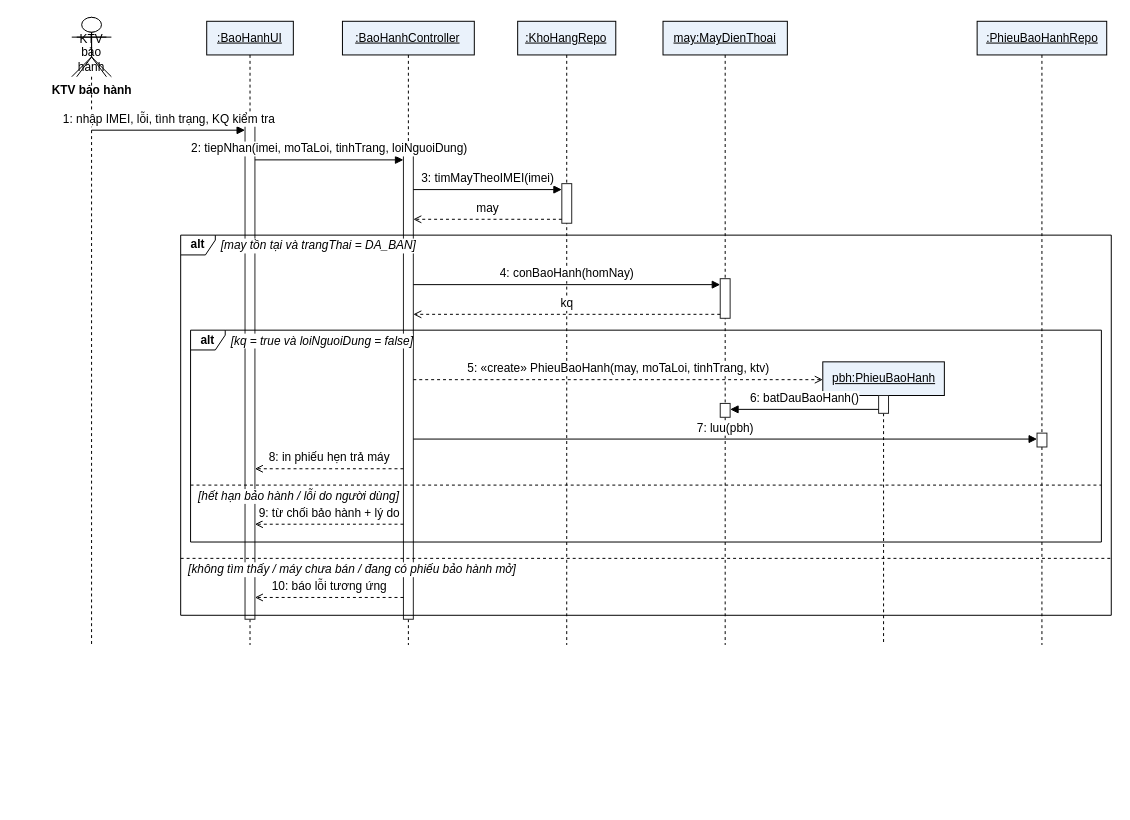
This is SoDo/08_SD_TiepNhanBaoHanh.drawio from trungkien1407/OOP, a draw.io file, before an edit. Source tidied: cells renumbered, new cells numbered last; positions are measured from the earlier drawing's top-left corner, leaving out a move shared by most shapes. Both pictures are drawn from the tidied source at 99%, with x=0, y=0 at pixel (41, 17).
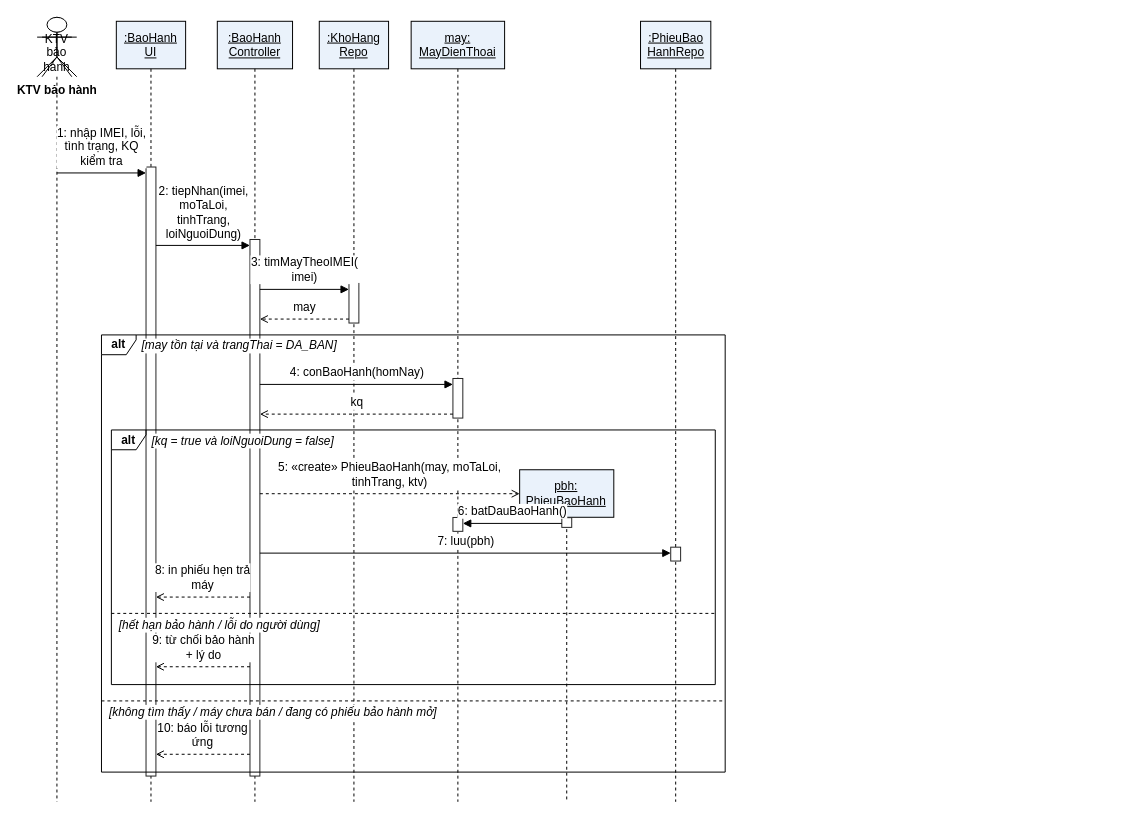
After the change.

Change to the diagram source:
```diff
@@
     <mxCell id="2" value="KTV bảo hành" style="shape=umlActor;verticalLabelPosition=bottom;verticalAlign=top;html=1;fontStyle=1;fontSize=12;" parent="1" vertex="1">
-      <mxGeometry x="36" width="30" height="60" as="geometry" />
+      <mxGeometry x="1" width="30" height="60" as="geometry" />
     </mxCell>
     <mxCell id="3" value="KTV bảo hành" style="shape=umlLifeline;perimeter=lifelinePerimeter;whiteSpace=wrap;html=1;size=60;fontSize=12;participant=umlActor;verticalAlign=bottom;" parent="1" vertex="1">
-      <mxGeometry x="31" width="40" height="634" as="geometry" />
+      <mxGeometry x="-4" width="40" height="792.4" as="geometry" />
     </mxCell>
-    <mxCell id="4" value=":BaoHanhUI" style="shape=umlLifeline;perimeter=lifelinePerimeter;whiteSpace=wrap;html=1;size=34;fontSize=12;fillColor=#EAF2FB;fontStyle=4;" parent="1" vertex="1">
-      <mxGeometry x="167.3" y="4" width="87.5" height="630" as="geometry" />
+    <mxCell id="4" value=":BaoHanh&lt;br&gt;UI" style="shape=umlLifeline;perimeter=lifelinePerimeter;whiteSpace=wrap;html=1;size=48;fontSize=12;fillColor=#EAF2FB;fontStyle=4;" parent="1" vertex="1">
+      <mxGeometry x="76" y="4" width="70" height="788.4" as="geometry" />
     </mxCell>
     <mxCell id="5" style="rounded=0;whiteSpace=wrap;html=1;fillColor=#fff;strokeColor=#222;fontSize=13;" parent="1" vertex="1">
-      <mxGeometry x="206" y="108" width="10" height="500" as="geometry" />
+      <mxGeometry x="106" y="151.2" width="10" height="615.2" as="geometry" />
     </mxCell>
-    <mxCell id="6" value=":BaoHanhController" style="shape=umlLifeline;perimeter=lifelinePerimeter;whiteSpace=wrap;html=1;size=34;fontSize=12;fillColor=#EAF2FB;fontStyle=4;" parent="1" vertex="1">
-      <mxGeometry x="304.4" y="4" width="133.2" height="630" as="geometry" />
+    <mxCell id="6" value=":BaoHanh&lt;br&gt;Controller" style="shape=umlLifeline;perimeter=lifelinePerimeter;whiteSpace=wrap;html=1;size=48;fontSize=12;fillColor=#EAF2FB;fontStyle=4;" parent="1" vertex="1">
+      <mxGeometry x="178" y="4" width="76" height="788.4" as="geometry" />
     </mxCell>
     <mxCell id="7" style="rounded=0;whiteSpace=wrap;html=1;fillColor=#fff;strokeColor=#222;fontSize=13;" parent="1" vertex="1">
-      <mxGeometry x="366" y="138" width="10" height="470" as="geometry" />
+      <mxGeometry x="211" y="224.4" width="10" height="542" as="geometry" />
     </mxCell>
-    <mxCell id="8" value=":KhoHangRepo" style="shape=umlLifeline;perimeter=lifelinePerimeter;whiteSpace=wrap;html=1;size=34;fontSize=12;fillColor=#EAF2FB;fontStyle=4;" parent="1" vertex="1">
-      <mxGeometry x="481.4" y="4" width="99.1" height="630" as="geometry" />
+    <mxCell id="8" value=":KhoHang&lt;br&gt;Repo" style="shape=umlLifeline;perimeter=lifelinePerimeter;whiteSpace=wrap;html=1;size=48;fontSize=12;fillColor=#EAF2FB;fontStyle=4;" parent="1" vertex="1">
+      <mxGeometry x="281" y="4" width="70" height="788.4" as="geometry" />
     </mxCell>
     <mxCell id="9" style="rounded=0;whiteSpace=wrap;html=1;fillColor=#fff;strokeColor=#222;fontSize=13;" parent="1" vertex="1">
-      <mxGeometry x="526" y="168" width="10" height="40" as="geometry" />
+      <mxGeometry x="311" y="268.8" width="10" height="40" as="geometry" />
     </mxCell>
-    <mxCell id="10" value="may:MayDienThoai" style="shape=umlLifeline;perimeter=lifelinePerimeter;whiteSpace=wrap;html=1;size=34;fontSize=12;fillColor=#EAF2FB;fontStyle=4;" parent="1" vertex="1">
-      <mxGeometry x="628.2" y="4" width="125.6" height="630" as="geometry" />
+    <mxCell id="10" value="may:&lt;br&gt;MayDienThoai" style="shape=umlLifeline;perimeter=lifelinePerimeter;whiteSpace=wrap;html=1;size=48;fontSize=12;fillColor=#EAF2FB;fontStyle=4;" parent="1" vertex="1">
+      <mxGeometry x="373.8" y="4" width="94.4" height="788.4" as="geometry" />
     </mxCell>
     <mxCell id="11" style="rounded=0;whiteSpace=wrap;html=1;fillColor=#fff;strokeColor=#222;fontSize=13;" parent="1" vertex="1">
-      <mxGeometry x="686" y="264" width="10" height="40" as="geometry" />
+      <mxGeometry x="416" y="364.8" width="10" height="40" as="geometry" />
     </mxCell>
     <mxCell id="12" style="rounded=0;whiteSpace=wrap;html=1;fillColor=#fff;strokeColor=#222;fontSize=13;" parent="1" vertex="1">
-      <mxGeometry x="686" y="390" width="10" height="14" as="geometry" />
+      <mxGeometry x="416" y="505.2" width="10" height="14" as="geometry" />
     </mxCell>
-    <mxCell id="13" value="pbh:PhieuBaoHanh" style="shape=umlLifeline;perimeter=lifelinePerimeter;whiteSpace=wrap;html=1;size=34;fontSize=12;fillColor=#EAF2FB;fontStyle=4;" parent="1" vertex="1">
-      <mxGeometry x="789.6" y="348" width="122.8" height="286" as="geometry" />
+    <mxCell id="13" value="pbh:&lt;br&gt;PhieuBaoHanh" style="shape=umlLifeline;perimeter=lifelinePerimeter;whiteSpace=wrap;html=1;size=48;fontSize=12;fillColor=#EAF2FB;fontStyle=4;" parent="1" vertex="1">
+      <mxGeometry x="483.4" y="457" width="95.1" height="335.4" as="geometry" />
     </mxCell>
     <mxCell id="14" style="rounded=0;whiteSpace=wrap;html=1;fillColor=#fff;strokeColor=#222;fontSize=13;" parent="1" vertex="1">
-      <mxGeometry x="846" y="382" width="10" height="18" as="geometry" />
+      <mxGeometry x="526" y="505.4" width="10" height="9.8" as="geometry" />
     </mxCell>
-    <mxCell id="15" value=":PhieuBaoHanhRepo" style="shape=umlLifeline;perimeter=lifelinePerimeter;whiteSpace=wrap;html=1;size=34;fontSize=12;fillColor=#EAF2FB;fontStyle=4;" parent="1" vertex="1">
-      <mxGeometry x="945.5" y="4" width="130.9" height="630" as="geometry" />
+    <mxCell id="15" value=":PhieuBao&lt;br&gt;HanhRepo" style="shape=umlLifeline;perimeter=lifelinePerimeter;whiteSpace=wrap;html=1;size=48;fontSize=12;fillColor=#EAF2FB;fontStyle=4;" parent="1" vertex="1">
+      <mxGeometry x="605.5" y="4" width="71" height="788.4" as="geometry" />
     </mxCell>
     <mxCell id="16" style="rounded=0;whiteSpace=wrap;html=1;fillColor=#fff;strokeColor=#222;fontSize=13;" parent="1" vertex="1">
-      <mxGeometry x="1006" y="420" width="10" height="14" as="geometry" />
+      <mxGeometry x="636" y="535.2" width="10" height="14" as="geometry" />
     </mxCell>
     <mxCell id="17" style="html=1;rounded=0;endArrow=block;endFill=1;startArrow=none;" parent="1" edge="1">
       <mxGeometry relative="1" as="geometry">
-        <mxPoint x="51" y="114" as="sourcePoint" />
-        <mxPoint x="206" y="114" as="targetPoint" />
+        <mxPoint x="16" y="157.2" as="sourcePoint" />
+        <mxPoint x="106" y="157.2" as="targetPoint" />
       </mxGeometry>
     </mxCell>
-    <mxCell id="18" value="1: nhập IMEI, lỗi, tình trạng, KQ kiểm tra" style="text;html=1;align=center;verticalAlign=middle;fontSize=12;spacing=0;labelBackgroundColor=#ffffff;" parent="1" vertex="1">
-      <mxGeometry x="0.1" y="93.5" width="256.9" height="19" as="geometry" />
+    <mxCell id="18" value="1: nhập IMEI, lỗi,&lt;br&gt;tình trạng, KQ&lt;br&gt;kiểm tra" style="text;html=1;align=center;verticalAlign=middle;fontSize=12;spacing=0;labelBackgroundColor=#ffffff;" parent="1" vertex="1">
+      <mxGeometry x="4.9" y="106.1" width="112.3" height="49" as="geometry" />
     </mxCell>
     <mxCell id="19" style="html=1;rounded=0;endArrow=block;endFill=1;startArrow=none;" parent="1" edge="1">
       <mxGeometry relative="1" as="geometry">
-        <mxPoint x="216" y="144" as="sourcePoint" />
-        <mxPoint x="366" y="144" as="targetPoint" />
+        <mxPoint x="116" y="230.4" as="sourcePoint" />
+        <mxPoint x="211" y="230.4" as="targetPoint" />
       </mxGeometry>
     </mxCell>
-    <mxCell id="20" value="2: tiepNhan(imei, moTaLoi, tinhTrang, loiNguoiDung)" style="text;html=1;align=center;verticalAlign=middle;fontSize=12;spacing=0;labelBackgroundColor=#ffffff;" parent="1" vertex="1">
-      <mxGeometry x="135.7" y="123.5" width="310.5" height="19" as="geometry" />
+    <mxCell id="20" value="2: tiepNhan(imei,&lt;br&gt;moTaLoi,&lt;br&gt;tinhTrang,&lt;br&gt;loiNguoiDung)" style="text;html=1;align=center;verticalAlign=middle;fontSize=12;spacing=0;labelBackgroundColor=#ffffff;" parent="1" vertex="1">
+      <mxGeometry x="110.6" y="164.6" width="105.8" height="64" as="geometry" />
     </mxCell>
     <mxCell id="21" style="html=1;rounded=0;endArrow=block;endFill=1;startArrow=none;" parent="1" edge="1">
       <mxGeometry relative="1" as="geometry">
-        <mxPoint x="376" y="174" as="sourcePoint" />
-        <mxPoint x="526" y="174" as="targetPoint" />
+        <mxPoint x="221" y="274.8" as="sourcePoint" />
+        <mxPoint x="311" y="274.8" as="targetPoint" />
       </mxGeometry>
     </mxCell>
-    <mxCell id="22" value="3: timMayTheoIMEI(imei)" style="text;html=1;align=center;verticalAlign=middle;fontSize=12;spacing=0;labelBackgroundColor=#ffffff;" parent="1" vertex="1">
-      <mxGeometry x="370.6" y="153.5" width="160.9" height="19" as="geometry" />
+    <mxCell id="22" value="3: timMayTheoIMEI(&lt;br&gt;imei)" style="text;html=1;align=center;verticalAlign=middle;fontSize=12;spacing=0;labelBackgroundColor=#ffffff;" parent="1" vertex="1">
+      <mxGeometry x="199.7" y="238.4" width="132.6" height="34" as="geometry" />
     </mxCell>
     <mxCell id="23" style="html=1;rounded=0;endArrow=open;endFill=0;startArrow=none;dashed=1;" parent="1" edge="1">
       <mxGeometry relative="1" as="geometry">
-        <mxPoint x="526" y="204" as="sourcePoint" />
-        <mxPoint x="376" y="204" as="targetPoint" />
+        <mxPoint x="311" y="304.8" as="sourcePoint" />
+        <mxPoint x="221" y="304.8" as="targetPoint" />
       </mxGeometry>
     </mxCell>
     <mxCell id="24" value="may" style="text;html=1;align=center;verticalAlign=middle;fontSize=12;spacing=0;labelBackgroundColor=#ffffff;" parent="1" vertex="1">
-      <mxGeometry x="435.3" y="183.5" width="31.4" height="19" as="geometry" />
+      <mxGeometry x="250.3" y="283.1" width="31.4" height="19" as="geometry" />
     </mxCell>
     <mxCell id="25" style="html=1;rounded=0;endArrow=block;endFill=1;startArrow=none;" parent="1" edge="1">
       <mxGeometry relative="1" as="geometry">
-        <mxPoint x="376" y="270" as="sourcePoint" />
-        <mxPoint x="686" y="270" as="targetPoint" />
+        <mxPoint x="221" y="370.8" as="sourcePoint" />
+        <mxPoint x="416" y="370.8" as="targetPoint" />
       </mxGeometry>
     </mxCell>
     <mxCell id="26" value="4: conBaoHanh(homNay)" style="text;html=1;align=center;verticalAlign=middle;fontSize=12;spacing=0;labelBackgroundColor=#ffffff;" parent="1" vertex="1">
-      <mxGeometry x="459.2" y="249.5" width="143.6" height="19" as="geometry" />
+      <mxGeometry x="246.7" y="349.1" width="143.6" height="19" as="geometry" />
     </mxCell>
     <mxCell id="27" style="html=1;rounded=0;endArrow=open;endFill=0;startArrow=none;dashed=1;" parent="1" edge="1">
       <mxGeometry relative="1" as="geometry">
-        <mxPoint x="686" y="300" as="sourcePoint" />
-        <mxPoint x="376" y="300" as="targetPoint" />
+        <mxPoint x="416" y="400.8" as="sourcePoint" />
+        <mxPoint x="221" y="400.8" as="targetPoint" />
       </mxGeometry>
     </mxCell>
     <mxCell id="28" value="kq" style="text;html=1;align=center;verticalAlign=middle;fontSize=12;spacing=0;labelBackgroundColor=#ffffff;" parent="1" vertex="1">
-      <mxGeometry x="520.4" y="279.5" width="21.2" height="19" as="geometry" />
+      <mxGeometry x="307.9" y="379.1" width="21.2" height="19" as="geometry" />
     </mxCell>
     <mxCell id="29" style="html=1;rounded=0;endArrow=open;endFill=0;startArrow=none;dashed=1;" parent="1" edge="1">
       <mxGeometry relative="1" as="geometry">
-        <mxPoint x="376" y="366" as="sourcePoint" />
-        <mxPoint x="789.6" y="366" as="targetPoint" />
+        <mxPoint x="221" y="481.2" as="sourcePoint" />
+        <mxPoint x="483.4" y="481.2" as="targetPoint" />
       </mxGeometry>
     </mxCell>
-    <mxCell id="30" value="5: «create» PhieuBaoHanh(may, moTaLoi, tinhTrang, ktv)" style="text;html=1;align=center;verticalAlign=middle;fontSize=12;spacing=0;labelBackgroundColor=#ffffff;" parent="1" vertex="1">
-      <mxGeometry x="412.2" y="345.5" width="341.1" height="19" as="geometry" />
+    <mxCell id="30" value="5: «create» PhieuBaoHanh(may, moTaLoi,&lt;br&gt;tinhTrang, ktv)" style="text;html=1;align=center;verticalAlign=middle;fontSize=12;spacing=0;labelBackgroundColor=#ffffff;" parent="1" vertex="1">
+      <mxGeometry x="228.1" y="444.8" width="248.2" height="34" as="geometry" />
     </mxCell>
     <mxCell id="31" style="html=1;rounded=0;endArrow=block;endFill=1;startArrow=none;" parent="1" edge="1">
       <mxGeometry relative="1" as="geometry">
-        <mxPoint x="846" y="396" as="sourcePoint" />
-        <mxPoint x="696" y="396" as="targetPoint" />
+        <mxPoint x="526" y="511.2" as="sourcePoint" />
+        <mxPoint x="426" y="511.2" as="targetPoint" />
       </mxGeometry>
     </mxCell>
     <mxCell id="32" value="6: batDauBaoHanh()" style="text;html=1;align=center;verticalAlign=middle;fontSize=12;spacing=0;labelBackgroundColor=#ffffff;" parent="1" vertex="1">
-      <mxGeometry x="710.9" y="375.5" width="120.2" height="19" as="geometry" />
+      <mxGeometry x="415.9" y="489.5" width="120.2" height="19" as="geometry" />
     </mxCell>
     <mxCell id="33" style="html=1;rounded=0;endArrow=block;endFill=1;startArrow=none;" parent="1" edge="1">
       <mxGeometry relative="1" as="geometry">
-        <mxPoint x="376" y="426" as="sourcePoint" />
-        <mxPoint x="1006" y="426" as="targetPoint" />
+        <mxPoint x="221" y="541.2" as="sourcePoint" />
+        <mxPoint x="636" y="541.2" as="targetPoint" />
       </mxGeometry>
     </mxCell>
     <mxCell id="34" value="7: luu(pbh)" style="text;html=1;align=center;verticalAlign=middle;fontSize=12;spacing=0;labelBackgroundColor=#ffffff;" parent="1" vertex="1">
-      <mxGeometry x="657.7" y="405.5" width="66.6" height="19" as="geometry" />
+      <mxGeometry x="395.2" y="519.5" width="66.6" height="19" as="geometry" />
     </mxCell>
     <mxCell id="35" style="html=1;rounded=0;endArrow=open;endFill=0;startArrow=none;dashed=1;" parent="1" edge="1">
       <mxGeometry relative="1" as="geometry">
-        <mxPoint x="366" y="456" as="sourcePoint" />
-        <mxPoint x="216" y="456" as="targetPoint" />
+        <mxPoint x="211" y="585.6" as="sourcePoint" />
+        <mxPoint x="116" y="585.6" as="targetPoint" />
       </mxGeometry>
     </mxCell>
-    <mxCell id="36" value="8: in phiếu hẹn trả máy" style="text;html=1;align=center;verticalAlign=middle;fontSize=12;spacing=0;labelBackgroundColor=#ffffff;" parent="1" vertex="1">
-      <mxGeometry x="220.9" y="435.5" width="140.1" height="19" as="geometry" />
+    <mxCell id="36" value="8: in phiếu hẹn trả&lt;br&gt;máy" style="text;html=1;align=center;verticalAlign=middle;fontSize=12;spacing=0;labelBackgroundColor=#ffffff;" parent="1" vertex="1">
+      <mxGeometry x="106.9" y="549.2" width="113.1" height="34" as="geometry" />
     </mxCell>
     <mxCell id="37" style="html=1;rounded=0;endArrow=open;endFill=0;startArrow=none;dashed=1;" parent="1" edge="1">
       <mxGeometry relative="1" as="geometry">
-        <mxPoint x="366" y="512" as="sourcePoint" />
-        <mxPoint x="216" y="512" as="targetPoint" />
+        <mxPoint x="211" y="656" as="sourcePoint" />
+        <mxPoint x="116" y="656" as="targetPoint" />
       </mxGeometry>
     </mxCell>
-    <mxCell id="38" value="9: từ chối bảo hành + lý do" style="text;html=1;align=center;verticalAlign=middle;fontSize=12;spacing=0;labelBackgroundColor=#ffffff;" parent="1" vertex="1">
-      <mxGeometry x="212.5" y="491.5" width="156.9" height="19" as="geometry" />
+    <mxCell id="38" value="9: từ chối bảo hành&lt;br&gt;+ lý do" style="text;html=1;align=center;verticalAlign=middle;fontSize=12;spacing=0;labelBackgroundColor=#ffffff;" parent="1" vertex="1">
+      <mxGeometry x="105.6" y="619.6" width="115.9" height="34" as="geometry" />
     </mxCell>
     <mxCell id="39" style="html=1;rounded=0;endArrow=open;endFill=0;startArrow=none;dashed=1;" parent="1" edge="1">
       <mxGeometry relative="1" as="geometry">
-        <mxPoint x="366" y="586" as="sourcePoint" />
-        <mxPoint x="216" y="586" as="targetPoint" />
+        <mxPoint x="211" y="744.4" as="sourcePoint" />
+        <mxPoint x="116" y="744.4" as="targetPoint" />
       </mxGeometry>
     </mxCell>
-    <mxCell id="40" value="10: báo lỗi tương ứng" style="text;html=1;align=center;verticalAlign=middle;fontSize=12;spacing=0;labelBackgroundColor=#ffffff;" parent="1" vertex="1">
-      <mxGeometry x="227.8" y="565.5" width="126.3" height="19" as="geometry" />
+    <mxCell id="40" value="10: báo lỗi tương&lt;br&gt;ứng" style="text;html=1;align=center;verticalAlign=middle;fontSize=12;spacing=0;labelBackgroundColor=#ffffff;" parent="1" vertex="1">
+      <mxGeometry x="112" y="708" width="102.9" height="34" as="geometry" />
     </mxCell>
     <mxCell id="41" value="alt" style="shape=umlFrame;whiteSpace=wrap;html=1;width=35;height=20;fillColor=none;fontStyle=1;" parent="1" vertex="1">
-      <mxGeometry x="141" y="220" width="940" height="384" as="geometry" />
+      <mxGeometry x="61" y="320.8" width="630" height="441.6" as="geometry" />
     </mxCell>
     <mxCell id="42" value="[may tồn tại và trangThai = DA_BAN]" style="text;html=1;align=left;verticalAlign=middle;fontSize=12;spacing=0;fontStyle=2;labelBackgroundColor=#ffffff;" parent="1" vertex="1">
-      <mxGeometry x="182" y="221.5" width="222.9" height="19" as="geometry" />
+      <mxGeometry x="102" y="322.3" width="222.9" height="19" as="geometry" />
     </mxCell>
     <mxCell id="43" style="line;strokeWidth=1;dashed=1;html=1;" parent="1" vertex="1">
-      <mxGeometry x="141" y="546" width="940" height="1" as="geometry" />
+      <mxGeometry x="61" y="690" width="630" height="1" as="geometry" />
     </mxCell>
     <mxCell id="44" value="[không tìm thấy / máy chưa bán / đang có phiếu bảo hành mở]" style="text;html=1;align=left;verticalAlign=middle;fontSize=12;spacing=0;fontStyle=2;labelBackgroundColor=#ffffff;" parent="1" vertex="1">
-      <mxGeometry x="149" y="548.5" width="360.9" height="19" as="geometry" />
+      <mxGeometry x="69" y="692.5" width="360.9" height="19" as="geometry" />
     </mxCell>
     <mxCell id="45" value="alt" style="shape=umlFrame;whiteSpace=wrap;html=1;width=35;height=20;fillColor=none;fontStyle=1;" parent="1" vertex="1">
-      <mxGeometry x="151" y="316" width="920" height="214" as="geometry" />
+      <mxGeometry x="71" y="416.8" width="610" height="257.2" as="geometry" />
     </mxCell>
     <mxCell id="46" value="[kq = true và loiNguoiDung = false]" style="text;html=1;align=left;verticalAlign=middle;fontSize=12;spacing=0;fontStyle=2;labelBackgroundColor=#ffffff;" parent="1" vertex="1">
-      <mxGeometry x="192" y="317.5" width="207.6" height="19" as="geometry" />
+      <mxGeometry x="112" y="418.3" width="207.6" height="19" as="geometry" />
     </mxCell>
     <mxCell id="47" style="line;strokeWidth=1;dashed=1;html=1;" parent="1" vertex="1">
-      <mxGeometry x="151" y="472" width="920" height="1" as="geometry" />
+      <mxGeometry x="71" y="601.6" width="610" height="1" as="geometry" />
     </mxCell>
     <mxCell id="48" value="[hết hạn bảo hành / lỗi do người dùng]" style="text;html=1;align=left;verticalAlign=middle;fontSize=12;spacing=0;fontStyle=2;labelBackgroundColor=#ffffff;" parent="1" vertex="1">
-      <mxGeometry x="159" y="474.5" width="221" height="19" as="geometry" />
+      <mxGeometry x="79" y="604.1" width="221" height="19" as="geometry" />
     </mxCell>
```
